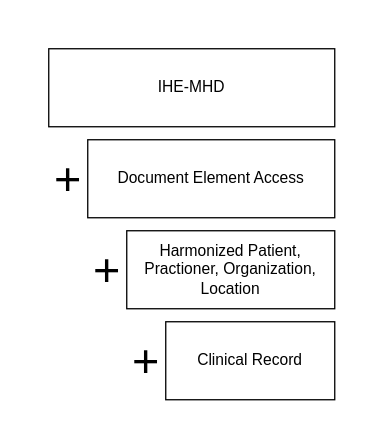
The draw.io diagram images/ehr-system-data-access.drawio in euridice-org/jwg-api, before the edit. Source tidied: cells renumbered, new cells numbered last; positions are measured from the earlier drawing's top-left corner, leaving out a move shared by most shapes. Both pictures are drawn from the tidied source at 130%, with x=0, y=0 at pixel (48, 48).
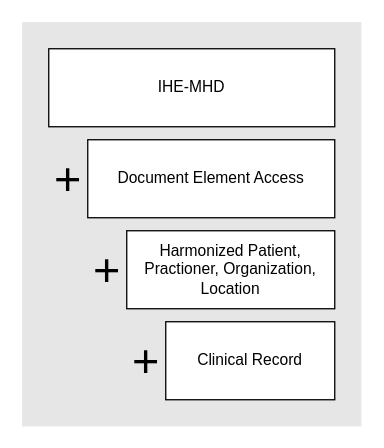
After the change.

Diff of the diagram source:
```diff
@@
 <mxGraphModel>
   <root>
     <mxCell id="0" />
     <mxCell id="1" parent="0" />
+    <mxCell id="9" style="whiteSpace=wrap;html=1;fillColor=#E6E6E6;strokeColor=#E6E6E6;" parent="1" vertex="1">
+      <mxGeometry x="-20" y="-20" width="260" height="310" as="geometry" />
+    </mxCell>
     <mxCell id="2" value="IHE-MHD" style="whiteSpace=wrap;html=1;" parent="1" vertex="1">
       <mxGeometry width="220" height="60" as="geometry" />
     </mxCell>
     <mxCell id="3" value="Document Element Access" style="whiteSpace=wrap;html=1;" parent="1" vertex="1">
       <mxGeometry x="30" y="70" width="190" height="60" as="geometry" />
     </mxCell>
     <mxCell id="4" value="&lt;font style=&quot;font-size: 36px;&quot;&gt;+&lt;/font&gt;" style="text;strokeColor=none;align=center;fillColor=none;html=1;verticalAlign=middle;whiteSpace=wrap;rounded=0;" parent="1" vertex="1">
       <mxGeometry y="85" width="30" height="30" as="geometry" />
     </mxCell>
     <mxCell id="5" value="Harmonized Patient, Practioner, Organization, Location" style="whiteSpace=wrap;html=1;" parent="1" vertex="1">
       <mxGeometry x="60" y="140" width="160" height="60" as="geometry" />
     </mxCell>
     <mxCell id="6" value="&lt;font style=&quot;font-size: 36px;&quot;&gt;+&lt;/font&gt;" style="text;strokeColor=none;align=center;fillColor=none;html=1;verticalAlign=middle;whiteSpace=wrap;rounded=0;" parent="1" vertex="1">
       <mxGeometry x="30" y="155" width="30" height="30" as="geometry" />
     </mxCell>
     <mxCell id="7" value="Clinical Record" style="whiteSpace=wrap;html=1;" parent="1" vertex="1">
       <mxGeometry x="90" y="210" width="130" height="60" as="geometry" />
     </mxCell>
     <mxCell id="8" value="&lt;font style=&quot;font-size: 36px;&quot;&gt;+&lt;/font&gt;" style="text;strokeColor=none;align=center;fillColor=none;html=1;verticalAlign=middle;whiteSpace=wrap;rounded=0;" parent="1" vertex="1">
       <mxGeometry x="60" y="225" width="30" height="30" as="geometry" />
     </mxCell>
   </root>
 </mxGraphModel>
```
